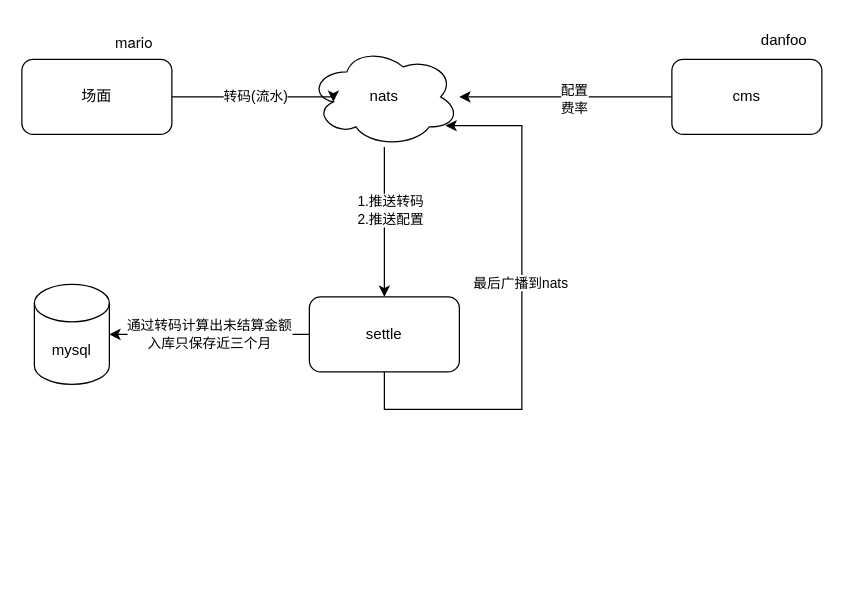
Earlier version of the draw.io diagram page "第 1 页" (1 of 3) of bet.drawio (bobgo0912/draw). Source tidied: cells renumbered, new cells numbered last; positions are measured from the earlier drawing's top-left corner, leaving out a move shared by most shapes. Both pictures are drawn from the tidied source at 125%, with x=0, y=0 at pixel (21, 21).
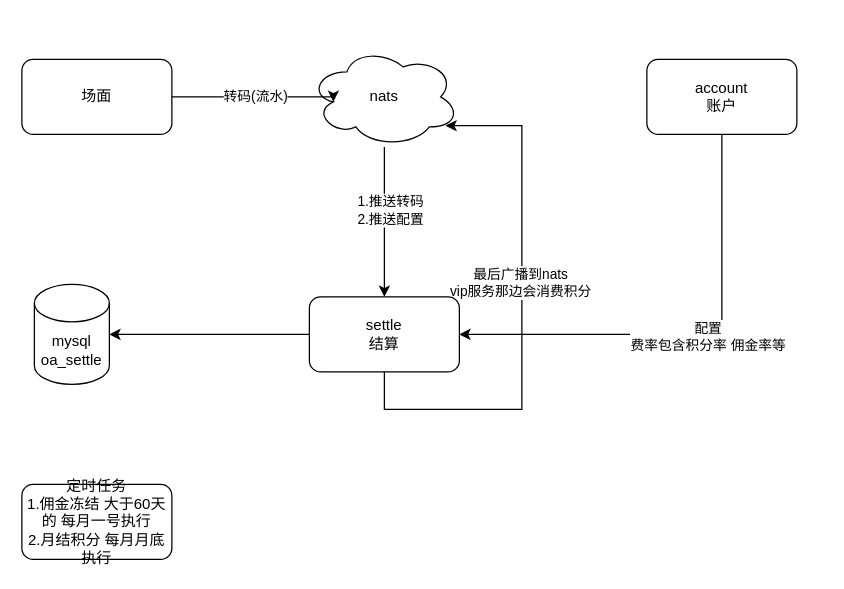
After the change.

The change refers to these unchanged cells:
```xml
<mxCell id="2" style="edgeStyle=orthogonalEdgeStyle;rounded=0;jettySize=auto;html=1;entryX=0.908;entryY=0.788;entryDx=0;entryDy=0;entryPerimeter=0;" parent="1" edge="1" source="5" target="8">
  <mxGeometry relative="1" as="geometry">
    <Array as="points">
      <mxPoint x="290" y="310" />
      <mxPoint x="400" y="310" />
      <mxPoint x="400" y="83" />
    </Array>
  </mxGeometry>
</mxCell>
<mxCell id="8" value="nats" style="ellipse;shape=cloud;whiteSpace=wrap;html=1;" parent="1" vertex="1">
  <mxGeometry x="230" y="20" width="120" height="80" as="geometry" />
</mxCell>
```

Diff of the diagram source:
```diff
@@
-    <mxCell id="3" value="最后广播到nats" style="edgeLabel;html=1;align=center;verticalAlign=middle;" parent="2" vertex="1">
+    <mxCell id="3" value="最后广播到nats&lt;br&gt;vip服务那边会消费积分" style="edgeLabel;html=1;align=center;verticalAlign=middle;" parent="2" vertex="1">
       <mxGeometry x="0.13" y="2" relative="1" as="geometry" />
     </mxCell>
-    <mxCell id="4" value="通过转码计算出未结算金额&lt;br&gt;入库只保存近三个月" style="edgeStyle=orthogonalEdgeStyle;rounded=0;jettySize=auto;html=1;" parent="1" edge="1" source="5" target="16">
+    <mxCell id="4" style="edgeStyle=orthogonalEdgeStyle;rounded=0;jettySize=auto;html=1;" parent="1" edge="1" source="5" target="16">
       <mxGeometry relative="1" as="geometry" />
     </mxCell>
-    <mxCell id="5" value="settle" style="rounded=1;whiteSpace=wrap;html=1;" parent="1" vertex="1">
+    <mxCell id="5" value="settle&lt;br&gt;结算" style="rounded=1;whiteSpace=wrap;html=1;" parent="1" vertex="1">
       <mxGeometry x="230" y="220" width="120" height="60" as="geometry" />
     </mxCell>
@@
-    <mxCell id="11" style="edgeStyle=orthogonalEdgeStyle;rounded=0;jettySize=auto;html=1;" parent="1" edge="1" source="13" target="8">
+    <mxCell id="11" style="edgeStyle=orthogonalEdgeStyle;rounded=0;jettySize=auto;html=1;" parent="1" edge="1" source="13" target="5">
       <mxGeometry relative="1" as="geometry">
         <Array as="points">
-          <mxPoint x="560" y="60" />
+          <mxPoint x="560" y="250" />
         </Array>
       </mxGeometry>
     </mxCell>
-    <mxCell id="12" value="配置&lt;br&gt;费率&lt;br&gt;" style="edgeLabel;html=1;align=center;verticalAlign=middle;" parent="11" vertex="1">
+    <mxCell id="12" value="配置&lt;br&gt;费率包含积分率 佣金率等" style="edgeLabel;html=1;align=center;verticalAlign=middle;" parent="11" vertex="1">
       <mxGeometry x="-0.07" y="1" relative="1" as="geometry" />
     </mxCell>
-    <mxCell id="13" value="cms" style="rounded=1;whiteSpace=wrap;html=1;" parent="1" vertex="1">
-      <mxGeometry x="520" y="30" width="120" height="60" as="geometry" />
+    <mxCell id="13" value="account&lt;br&gt;账户" style="rounded=1;whiteSpace=wrap;html=1;" parent="1" vertex="1">
+      <mxGeometry x="500" y="30" width="120" height="60" as="geometry" />
     </mxCell>
-    <mxCell id="14" value="danfoo" style="text;html=1;strokeColor=none;fillColor=none;align=center;verticalAlign=middle;whiteSpace=wrap;rounded=0;" parent="1" vertex="1">
-      <mxGeometry x="580" width="60" height="30" as="geometry" />
-    </mxCell>
-    <mxCell id="15" value="&lt;p style=&quot;margin: 0px; font-variant-numeric: normal; font-variant-east-asian: normal; font-stretch: normal; line-height: normal; font-family: &amp;quot;Helvetica Neue&amp;quot;; text-align: start;&quot; class=&quot;p1&quot;&gt;mario&lt;/p&gt;" style="text;html=1;strokeColor=none;fillColor=none;align=center;verticalAlign=middle;whiteSpace=wrap;rounded=0;" parent="1" vertex="1">
-      <mxGeometry x="60" width="60" height="30" as="geometry" />
-    </mxCell>
-    <mxCell id="16" value="mysql" style="shape=cylinder3;whiteSpace=wrap;html=1;boundedLbl=1;backgroundOutline=1;size=15;" parent="1" vertex="1">
+    <mxCell id="16" value="mysql&lt;br&gt;oa_settle" style="shape=cylinder3;whiteSpace=wrap;html=1;boundedLbl=1;backgroundOutline=1;size=15;" parent="1" vertex="1">
       <mxGeometry x="10" y="210" width="60" height="80" as="geometry" />
     </mxCell>
+    <mxCell id="17" value="定时任务&lt;br&gt;1.佣金冻结 大于60天的 每月一号执行&lt;br&gt;2.月结积分 每月月底执行" style="rounded=1;whiteSpace=wrap;html=1;" parent="1" vertex="1">
+      <mxGeometry y="370" width="120" height="60" as="geometry" />
+    </mxCell>
```
